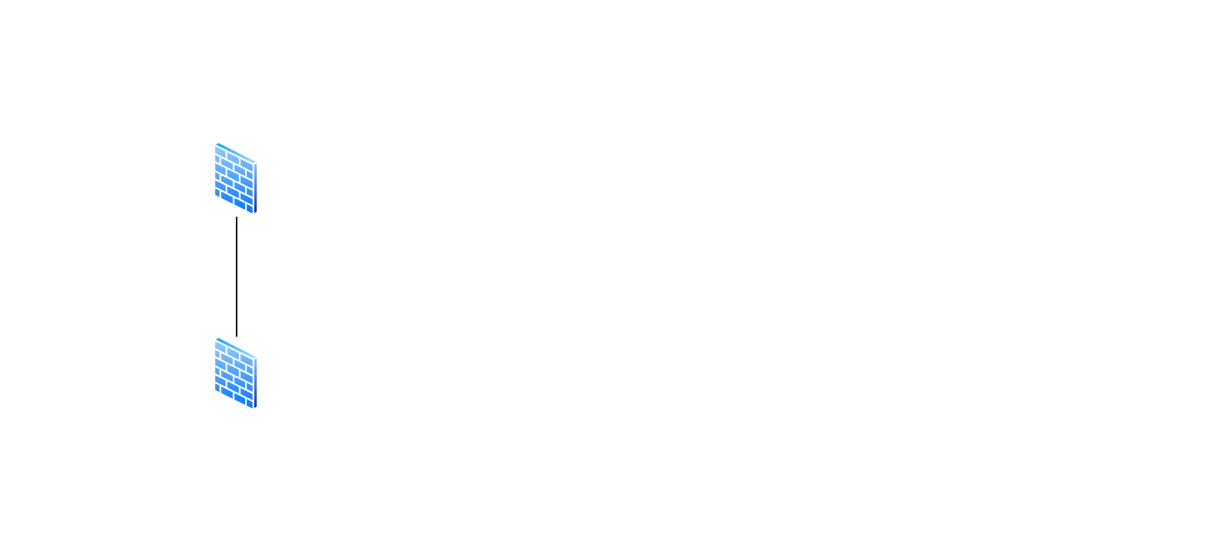
Before: kio01-diagram.drawio in Matt307082/kio01-DAT, a draw.io diagram. Source tidied: cells renumbered, new cells numbered last; positions are measured from the earlier drawing's top-left corner, leaving out a move shared by most shapes. Both pictures are drawn from the tidied source at 150%, with x=0, y=0 at pixel (213, 141).
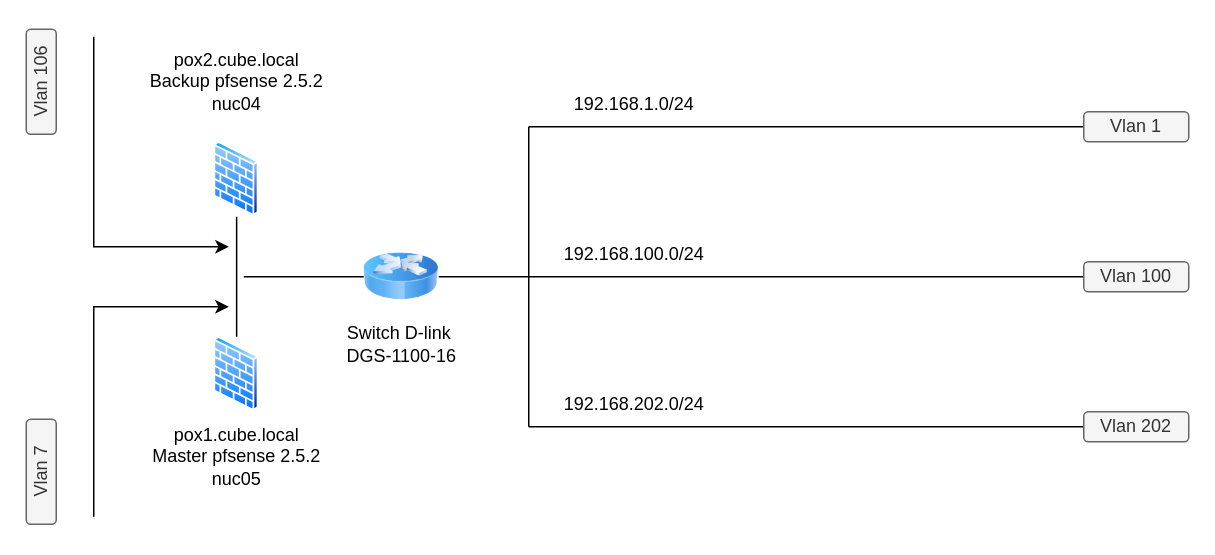
The same diagram, later.

Commit message (it also covers changes not shown here):
Mettre à jour kio01-diagram.drawio

What changed in the source:
```diff
@@
+    <mxCell id="5" value="pox1.cube.local&lt;br&gt;Master pfsense 2.5.2&lt;div&gt;nuc05&lt;/div&gt;" style="text;html=1;align=center;verticalAlign=middle;strokeColor=none;fillColor=none;" parent="1" vertex="1">
+      <mxGeometry x="-54.8" y="180" width="140" height="60" as="geometry" />
+    </mxCell>
+    <mxCell id="6" value="pox2.cube.local&lt;br&gt;Backup pfsense 2.5.2&lt;div&gt;nuc04&lt;/div&gt;" style="text;html=1;align=center;verticalAlign=middle;strokeColor=none;fillColor=none;" parent="1" vertex="1">
+      <mxGeometry x="-54.8" y="-70" width="140" height="60" as="geometry" />
+    </mxCell>
+    <mxCell id="7" value="Vlan 7" style="rounded=1;whiteSpace=wrap;html=1;fillColor=#f5f5f5;strokeColor=#666666;fontColor=#333333;rotation=-90;" parent="1" vertex="1">
+      <mxGeometry x="-150" y="210" width="70" height="20" as="geometry" />
+    </mxCell>
+    <mxCell id="8" style="endArrow=classic;html=1;rounded=0;" parent="1" edge="1">
+      <mxGeometry relative="1" as="geometry">
+        <mxPoint x="-80" y="250" as="sourcePoint" />
+        <mxPoint x="10" y="110" as="targetPoint" />
+        <Array as="points">
+          <mxPoint x="-80" y="110" />
+        </Array>
+      </mxGeometry>
+    </mxCell>
+    <mxCell id="9" style="endArrow=none;html=1;rounded=0;" parent="1" edge="1" source="23">
+      <mxGeometry relative="1" as="geometry">
+        <mxPoint x="210" y="90" as="targetPoint" />
+      </mxGeometry>
+    </mxCell>
+    <mxCell id="10" value="Vlan 106" style="rounded=1;whiteSpace=wrap;html=1;fillColor=#f5f5f5;strokeColor=#666666;fontColor=#333333;rotation=-90;" parent="1" vertex="1">
+      <mxGeometry x="-150" y="-50" width="70" height="20" as="geometry" />
+    </mxCell>
+    <mxCell id="11" style="endArrow=classic;html=1;rounded=0;" parent="1" edge="1">
+      <mxGeometry relative="1" as="geometry">
+        <mxPoint x="-80" y="-70" as="sourcePoint" />
+        <mxPoint x="10" y="70" as="targetPoint" />
+        <Array as="points">
+          <mxPoint x="-80" y="70" />
+        </Array>
+      </mxGeometry>
+    </mxCell>
+    <mxCell id="12" style="endArrow=none;html=1;rounded=0;" parent="1" edge="1">
+      <mxGeometry relative="1" as="geometry">
+        <mxPoint x="210" y="190" as="sourcePoint" />
+        <mxPoint x="210" y="-10" as="targetPoint" />
+      </mxGeometry>
+    </mxCell>
+    <mxCell id="13" style="endArrow=none;html=1;rounded=0;entryX=0;entryY=0.5;entryDx=0;entryDy=0;" parent="1" edge="1" target="16">
+      <mxGeometry relative="1" as="geometry">
+        <mxPoint x="210" y="-10" as="sourcePoint" />
+      </mxGeometry>
+    </mxCell>
+    <mxCell id="14" style="endArrow=none;html=1;rounded=0;entryX=0;entryY=0.5;entryDx=0;entryDy=0;" parent="1" edge="1" target="17">
+      <mxGeometry relative="1" as="geometry">
+        <mxPoint x="210" y="90" as="sourcePoint" />
+      </mxGeometry>
+    </mxCell>
+    <mxCell id="15" style="endArrow=none;html=1;rounded=0;entryX=0;entryY=0.5;entryDx=0;entryDy=0;" parent="1" edge="1" target="18">
+      <mxGeometry relative="1" as="geometry">
+        <mxPoint x="210" y="190" as="sourcePoint" />
+      </mxGeometry>
+    </mxCell>
+    <mxCell id="16" value="Vlan 1" style="rounded=1;whiteSpace=wrap;html=1;fillColor=#f5f5f5;strokeColor=#666666;fontColor=#333333;rotation=0;" parent="1" vertex="1">
+      <mxGeometry x="580" y="-20" width="70" height="20" as="geometry" />
+    </mxCell>
+    <mxCell id="17" value="Vlan 100" style="rounded=1;whiteSpace=wrap;html=1;fillColor=#f5f5f5;strokeColor=#666666;fontColor=#333333;rotation=0;" parent="1" vertex="1">
+      <mxGeometry x="580" y="80" width="70" height="20" as="geometry" />
+    </mxCell>
+    <mxCell id="18" value="Vlan 202" style="rounded=1;whiteSpace=wrap;html=1;fillColor=#f5f5f5;strokeColor=#666666;fontColor=#333333;rotation=0;" parent="1" vertex="1">
+      <mxGeometry x="580" y="180" width="70" height="20" as="geometry" />
+    </mxCell>
+    <mxCell id="19" value="192.168.1.0/24" style="text;html=1;align=center;verticalAlign=middle;strokeColor=none;fillColor=none;" parent="1" vertex="1">
+      <mxGeometry x="230" y="-40" width="100" height="30" as="geometry" />
+    </mxCell>
+    <mxCell id="20" value="192.168.100.0/24" style="text;html=1;align=center;verticalAlign=middle;strokeColor=none;fillColor=none;" parent="1" vertex="1">
+      <mxGeometry x="220" y="60" width="120" height="30" as="geometry" />
+    </mxCell>
+    <mxCell id="21" value="192.168.202.0/24" style="text;html=1;align=center;verticalAlign=middle;strokeColor=none;fillColor=none;" parent="1" vertex="1">
+      <mxGeometry x="220" y="160" width="120" height="30" as="geometry" />
+    </mxCell>
+    <mxCell id="22" style="endArrow=none;html=1;rounded=0;" parent="1" edge="1" target="23">
+      <mxGeometry relative="1" as="geometry">
+        <mxPoint x="20" y="90" as="sourcePoint" />
+      </mxGeometry>
+    </mxCell>
+    <mxCell id="23" style="image;html=1;image=img/lib/clip_art/networking/Router_Icon_128x128.png;" parent="1" vertex="1">
+      <mxGeometry x="100" y="65" width="50" height="50" as="geometry" />
+    </mxCell>
+    <mxCell id="24" value="Switch D-link&amp;nbsp;&lt;div&gt;DGS-1100-16&lt;/div&gt;" style="text;html=1;align=center;verticalAlign=middle;strokeColor=none;fillColor=none;" parent="1" vertex="1">
+      <mxGeometry x="75" y="115" width="100" height="40" as="geometry" />
+    </mxCell>
```
